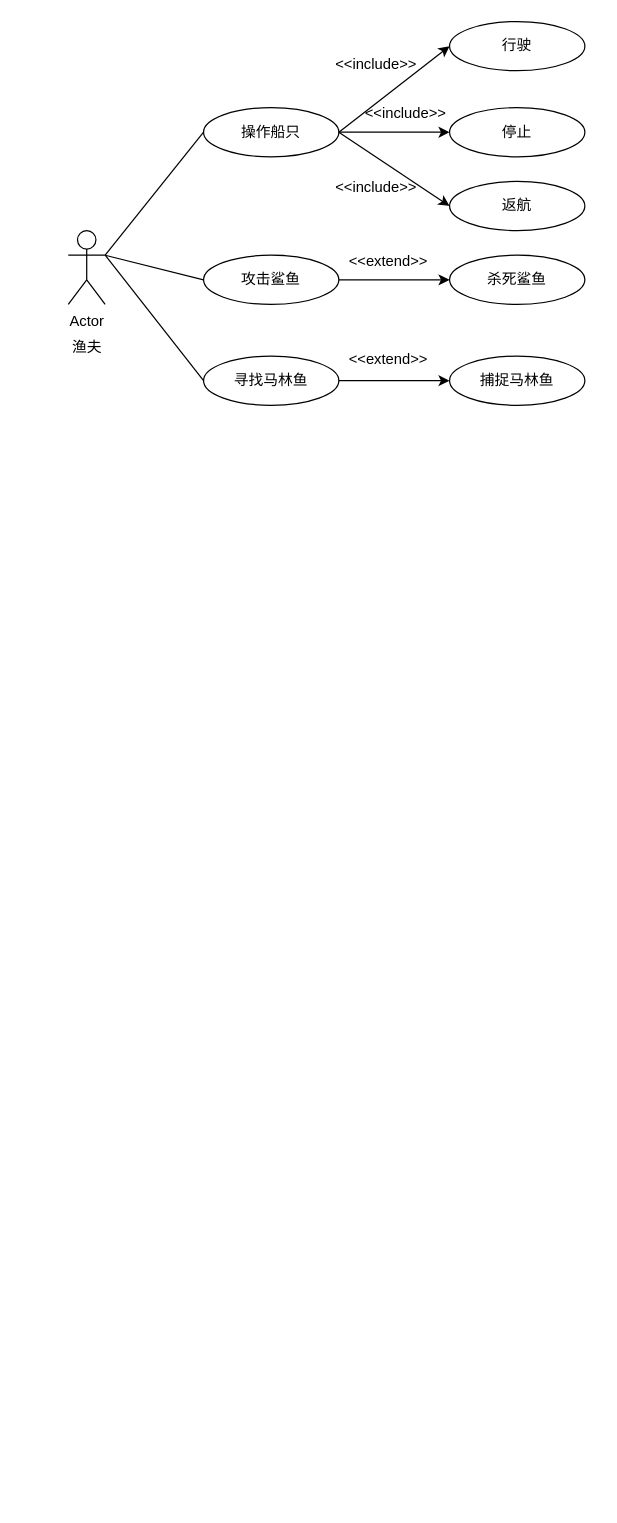
This is 12306.drawio from Bright-Hsu/learn, a draw.io file, before an edit. Source tidied: cells renumbered, new cells numbered last; positions are measured from the earlier drawing's top-left corner, leaving out a move shared by most shapes. Both pictures are drawn from the tidied source at 123%, with x=0, y=0 at pixel (55, 21).
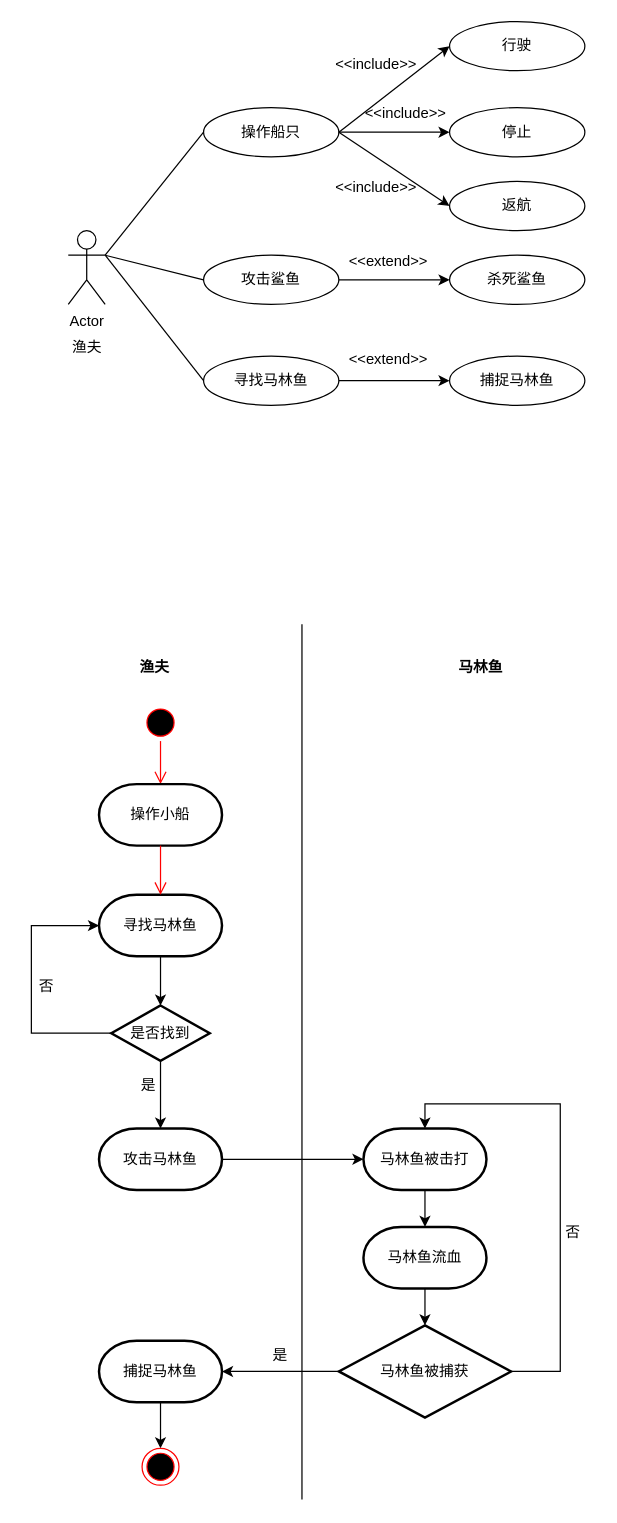
Above is the later version.

Change to the diagram source:
```diff
@@
+    <mxCell id="25" value="&lt;b&gt;渔夫&lt;/b&gt;" style="text;html=1;align=center;verticalAlign=middle;strokeColor=none;fillColor=none;" parent="1" vertex="1">
+      <mxGeometry x="55" y="510" width="50" height="30" as="geometry" />
+    </mxCell>
+    <mxCell id="26" value="&lt;b&gt;马林鱼&lt;/b&gt;" style="text;html=1;align=center;verticalAlign=middle;strokeColor=none;fillColor=none;" parent="1" vertex="1">
+      <mxGeometry x="310" y="510" width="70" height="30" as="geometry" />
+    </mxCell>
+    <mxCell id="27" style="ellipse;html=1;shape=startState;fillColor=#000000;strokeColor=#ff0000;" parent="1" vertex="1">
+      <mxGeometry x="70" y="555" width="30" height="30" as="geometry" />
+    </mxCell>
+    <mxCell id="28" style="edgeStyle=orthogonalEdgeStyle;html=1;verticalAlign=bottom;endArrow=open;endSize=8;strokeColor=#ff0000;rounded=0;entryX=0.5;entryY=0;entryDx=0;entryDy=0;entryPerimeter=0;" parent="1" edge="1" source="27" target="29">
+      <mxGeometry relative="1" as="geometry" />
+    </mxCell>
+    <mxCell id="29" value="操作小船" style="strokeWidth=2;html=1;shape=mxgraph.flowchart.terminator;whiteSpace=wrap;" parent="1" vertex="1">
+      <mxGeometry x="35" y="620" width="100" height="50" as="geometry" />
+    </mxCell>
+    <mxCell id="30" style="edgeStyle=orthogonalEdgeStyle;rounded=0;jettySize=auto;html=1;" parent="1" edge="1" source="31" target="37">
+      <mxGeometry relative="1" as="geometry" />
+    </mxCell>
+    <mxCell id="31" value="寻找马林鱼" style="strokeWidth=2;html=1;shape=mxgraph.flowchart.terminator;whiteSpace=wrap;" parent="1" vertex="1">
+      <mxGeometry x="35" y="710" width="100" height="50" as="geometry" />
+    </mxCell>
+    <mxCell id="32" style="edgeStyle=orthogonalEdgeStyle;html=1;verticalAlign=bottom;endArrow=open;endSize=8;strokeColor=#ff0000;rounded=0;entryX=0.5;entryY=0;entryDx=0;entryDy=0;entryPerimeter=0;exitX=0.5;exitY=1;exitDx=0;exitDy=0;exitPerimeter=0;" parent="1" edge="1" source="29" target="31">
+      <mxGeometry relative="1" as="geometry">
+        <Array as="points">
+          <mxPoint x="85" y="690" />
+          <mxPoint x="85" y="690" />
+        </Array>
+      </mxGeometry>
+    </mxCell>
+    <mxCell id="33" style="edgeStyle=orthogonalEdgeStyle;rounded=0;jettySize=auto;html=1;entryX=0.5;entryY=0;entryDx=0;entryDy=0;" parent="1" edge="1" source="34" target="51">
+      <mxGeometry relative="1" as="geometry" />
+    </mxCell>
+    <mxCell id="34" value="捕捉马林鱼" style="strokeWidth=2;html=1;shape=mxgraph.flowchart.terminator;whiteSpace=wrap;" parent="1" vertex="1">
+      <mxGeometry x="35" y="1072.5" width="100" height="50" as="geometry" />
+    </mxCell>
+    <mxCell id="35" style="edgeStyle=orthogonalEdgeStyle;rounded=0;jettySize=auto;html=1;exitX=0.5;exitY=1;exitDx=0;exitDy=0;" parent="1" edge="1" source="37">
+      <mxGeometry relative="1" as="geometry">
+        <mxPoint x="85" y="900" as="targetPoint" />
+      </mxGeometry>
+    </mxCell>
+    <mxCell id="36" style="edgeStyle=orthogonalEdgeStyle;rounded=0;jettySize=auto;html=1;entryX=0;entryY=0.5;entryDx=0;entryDy=0;entryPerimeter=0;" parent="1" edge="1" source="37" target="31">
+      <mxGeometry relative="1" as="geometry">
+        <Array as="points">
+          <mxPoint x="-20" y="823" />
+          <mxPoint x="-20" y="735" />
+        </Array>
+      </mxGeometry>
+    </mxCell>
+    <mxCell id="37" value="是否找到" style="rhombus;whiteSpace=wrap;html=1;strokeWidth=2;" parent="1" vertex="1">
+      <mxGeometry x="45" y="800" width="80" height="45" as="geometry" />
+    </mxCell>
+    <mxCell id="38" value="是" style="text;html=1;align=center;verticalAlign=middle;strokeColor=none;fillColor=none;" parent="1" vertex="1">
+      <mxGeometry x="55" y="850" width="40" height="30" as="geometry" />
+    </mxCell>
+    <mxCell id="39" value="否" style="text;html=1;align=center;verticalAlign=middle;strokeColor=none;fillColor=none;" parent="1" vertex="1">
+      <mxGeometry x="-28" y="770" width="40" height="30" as="geometry" />
+    </mxCell>
+    <mxCell id="40" style="edgeStyle=orthogonalEdgeStyle;rounded=0;jettySize=auto;html=1;" parent="1" edge="1" source="41" target="43">
+      <mxGeometry relative="1" as="geometry" />
+    </mxCell>
+    <mxCell id="41" value="攻击马林鱼" style="strokeWidth=2;html=1;shape=mxgraph.flowchart.terminator;whiteSpace=wrap;" parent="1" vertex="1">
+      <mxGeometry x="35" y="900" width="100" height="50" as="geometry" />
+    </mxCell>
+    <mxCell id="42" style="edgeStyle=orthogonalEdgeStyle;rounded=0;jettySize=auto;html=1;" parent="1" edge="1" source="43" target="45">
+      <mxGeometry relative="1" as="geometry" />
+    </mxCell>
+    <mxCell id="43" value="马林鱼被击打" style="strokeWidth=2;html=1;shape=mxgraph.flowchart.terminator;whiteSpace=wrap;" parent="1" vertex="1">
+      <mxGeometry x="250" y="900" width="100" height="50" as="geometry" />
+    </mxCell>
+    <mxCell id="44" style="edgeStyle=orthogonalEdgeStyle;rounded=0;jettySize=auto;html=1;" parent="1" edge="1" source="45" target="48">
+      <mxGeometry relative="1" as="geometry" />
+    </mxCell>
+    <mxCell id="45" value="马林鱼流血" style="strokeWidth=2;html=1;shape=mxgraph.flowchart.terminator;whiteSpace=wrap;" parent="1" vertex="1">
+      <mxGeometry x="250" y="980" width="100" height="50" as="geometry" />
+    </mxCell>
+    <mxCell id="46" style="edgeStyle=orthogonalEdgeStyle;rounded=0;jettySize=auto;html=1;entryX=0.5;entryY=0;entryDx=0;entryDy=0;entryPerimeter=0;" parent="1" edge="1" source="48" target="43">
+      <mxGeometry relative="1" as="geometry">
+        <Array as="points">
+          <mxPoint x="410" y="1098" />
+          <mxPoint x="410" y="880" />
+          <mxPoint x="300" y="880" />
+        </Array>
+      </mxGeometry>
+    </mxCell>
+    <mxCell id="47" style="edgeStyle=orthogonalEdgeStyle;rounded=0;jettySize=auto;html=1;" parent="1" edge="1" source="48" target="34">
+      <mxGeometry relative="1" as="geometry" />
+    </mxCell>
+    <mxCell id="48" value="马林鱼被捕获" style="rhombus;whiteSpace=wrap;html=1;strokeWidth=2;" parent="1" vertex="1">
+      <mxGeometry x="230" y="1060" width="140" height="75" as="geometry" />
+    </mxCell>
+    <mxCell id="49" value="否" style="text;html=1;align=center;verticalAlign=middle;strokeColor=none;fillColor=none;" parent="1" vertex="1">
+      <mxGeometry x="400" y="970" width="40" height="30" as="geometry" />
+    </mxCell>
+    <mxCell id="50" value="是" style="text;html=1;align=center;verticalAlign=middle;strokeColor=none;fillColor=none;" parent="1" vertex="1">
+      <mxGeometry x="162" y="1070" width="40" height="30" as="geometry" />
+    </mxCell>
+    <mxCell id="51" style="ellipse;html=1;shape=endState;fillColor=#000000;strokeColor=#ff0000;" parent="1" vertex="1">
+      <mxGeometry x="70" y="1160" width="30" height="30" as="geometry" />
+    </mxCell>
+    <mxCell id="52" style="endArrow=none;html=1;rounded=0;" parent="1" edge="1">
+      <mxGeometry relative="1" as="geometry">
+        <mxPoint x="200" y="1201.6" as="sourcePoint" />
+        <mxPoint x="200" y="490" as="targetPoint" />
+      </mxGeometry>
+    </mxCell>
```
